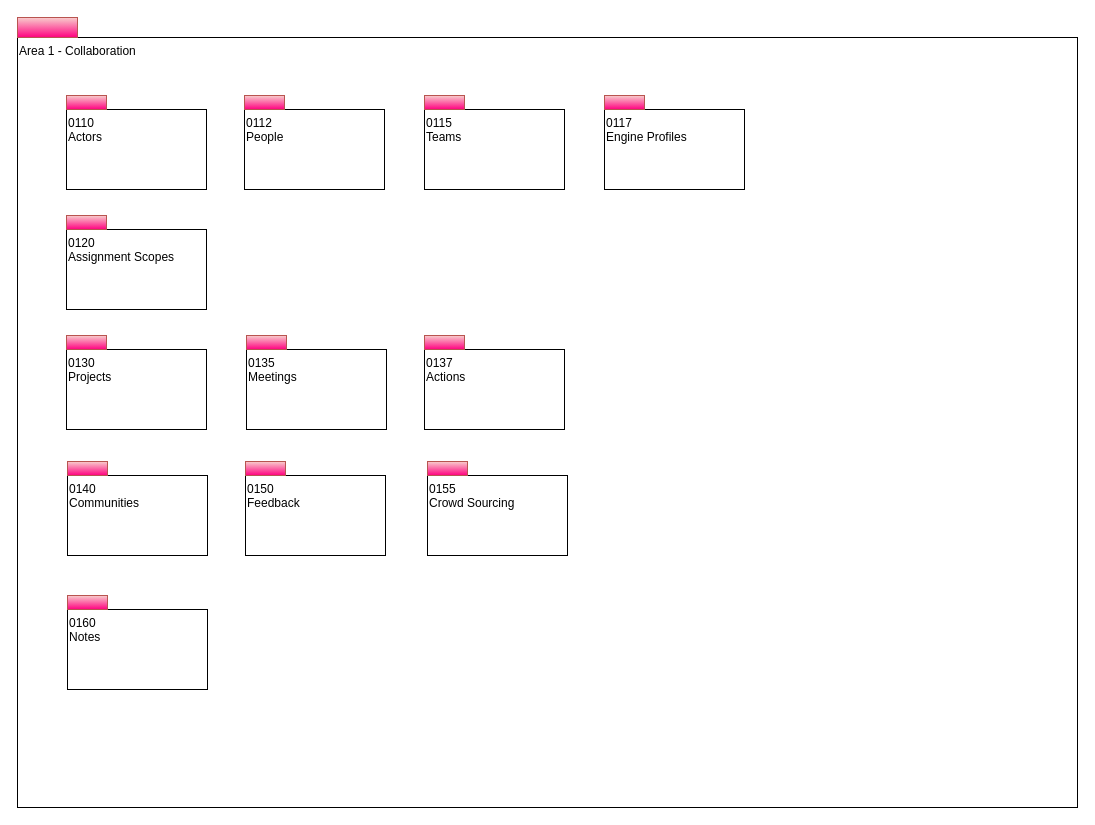
odpi/egeria-docs keeps this draw.io diagram as page "Overview" (1 of 15) of site/docs/types/1/area-1-collaboration.drawio. Above is the earlier version. Source tidied: cells renumbered, new cells numbered last; positions are measured from the earlier drawing's top-left corner, leaving out a move shared by most shapes. Both pictures are drawn from the tidied source at 100%, with x=0, y=0 at pixel (17, 17).
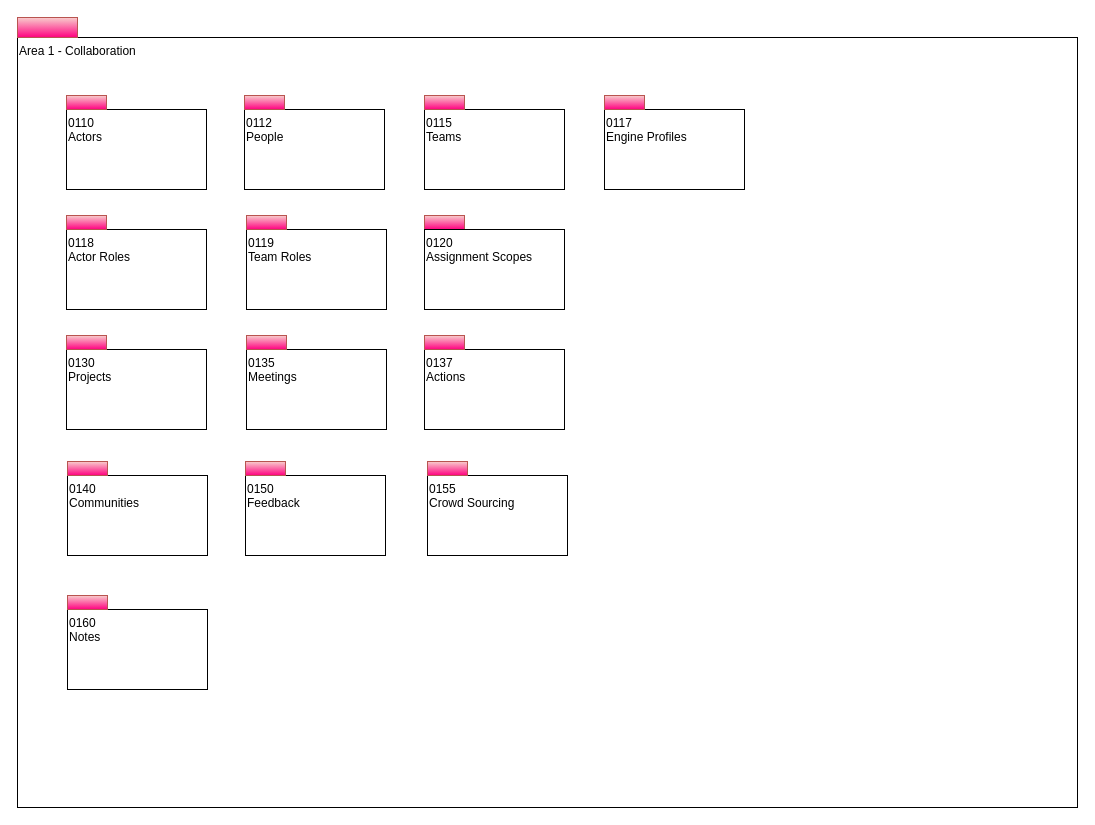
The same diagram, later.

The edit, as a diff of the source:
```diff
@@
-    <mxCell id="26" value="0120&lt;br&gt;Assignment Scopes" style="rounded=0;whiteSpace=wrap;html=1;align=left;verticalAlign=top;" parent="1" vertex="1">
+    <mxCell id="26" value="0118&lt;br&gt;Actor Roles" style="rounded=0;whiteSpace=wrap;html=1;align=left;verticalAlign=top;" parent="1" vertex="1">
       <mxGeometry x="49" y="212" width="140" height="80" as="geometry" />
     </mxCell>
@@
+    <mxCell id="28" value="0119&lt;br&gt;Team Roles" style="rounded=0;whiteSpace=wrap;html=1;align=left;verticalAlign=top;" parent="1" vertex="1">
+      <mxGeometry x="229" y="212" width="140" height="80" as="geometry" />
+    </mxCell>
+    <mxCell id="29" style="html=1;strokeColor=#b85450;align=center;fillColor=#f8cecc;gradientColor=#FF0080;" parent="1" vertex="1">
+      <mxGeometry x="407" y="198" width="40" height="14" as="geometry" />
+    </mxCell>
+    <mxCell id="30" value="0120&lt;br&gt;Assignment Scopes" style="rounded=0;whiteSpace=wrap;html=1;align=left;verticalAlign=top;" parent="1" vertex="1">
+      <mxGeometry x="407" y="212" width="140" height="80" as="geometry" />
+    </mxCell>
+    <mxCell id="31" style="html=1;strokeColor=#b85450;align=center;fillColor=#f8cecc;gradientColor=#FF0080;" parent="1" vertex="1">
+      <mxGeometry x="229" y="198" width="40" height="14" as="geometry" />
+    </mxCell>
```
